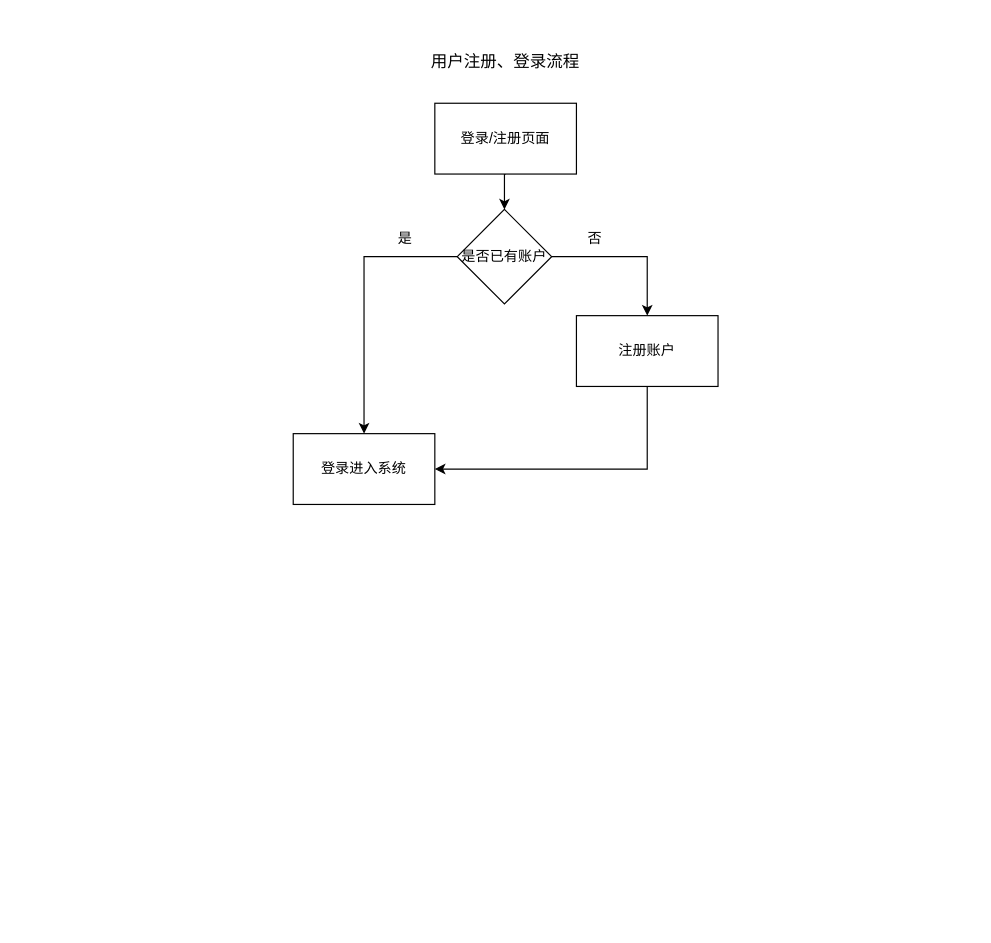
Earlier version of the draw.io diagram page "用户注册登录流程" (11 of 22) of 汽车管理系统位图.drawio (Corkedmzx/-airport-vehicle-system). Source tidied: cells renumbered, new cells numbered last; positions are measured from the earlier drawing's top-left corner, leaving out a move shared by most shapes. Both pictures are drawn from the tidied source at 118%, with x=0, y=0 at pixel (293, 44).
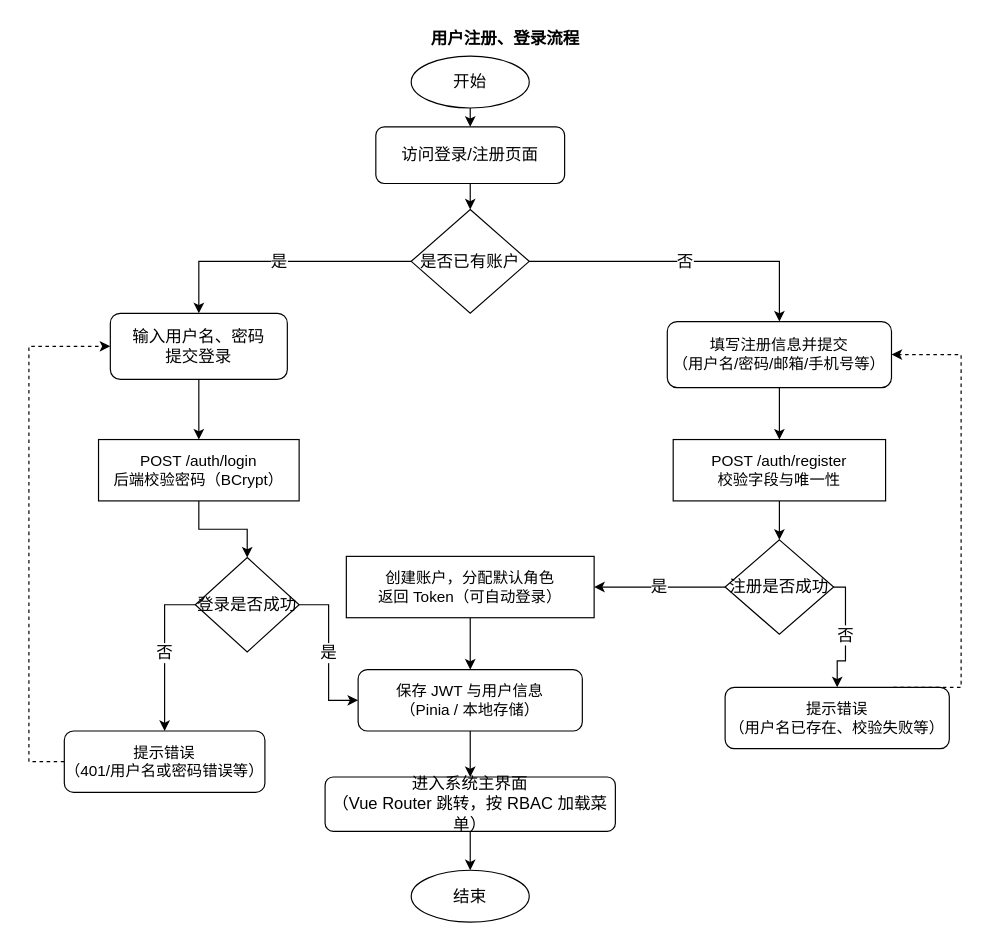
Above is the later version.

Change to the diagram source:
```diff
@@
-    <mxCell id="2" value="用户注册、登录流程" style="text;html=1;whiteSpace=wrap;strokeColor=none;fillColor=none;align=center;verticalAlign=middle;rounded=0;fontSize=14;" parent="1" vertex="1">
-      <mxGeometry x="97" width="166" height="30" as="geometry" />
+    <mxCell id="2" value="用户注册、登录流程" style="text;html=1;whiteSpace=wrap;strokeColor=none;fillColor=none;align=center;verticalAlign=middle;rounded=0;fontSize=14;fontStyle=1;" parent="1" vertex="1">
+      <mxGeometry x="80" y="-20" width="200" height="30" as="geometry" />
     </mxCell>
-    <mxCell id="3" style="edgeStyle=orthogonalEdgeStyle;rounded=0;jettySize=auto;html=1;exitX=0.5;exitY=1;exitDx=0;exitDy=0;entryX=0.5;entryY=0;entryDx=0;entryDy=0;" parent="1" edge="1" source="4" target="10">
-      <mxGeometry relative="1" as="geometry" />
-    </mxCell>
-    <mxCell id="4" value="登录/注册页面" style="rounded=0;whiteSpace=wrap;html=1;" parent="1" vertex="1">
-      <mxGeometry x="120" y="50" width="120" height="60" as="geometry" />
-    </mxCell>
-    <mxCell id="5" value="登录进入系统" style="rounded=0;whiteSpace=wrap;html=1;" parent="1" vertex="1">
-      <mxGeometry y="330" width="120" height="60" as="geometry" />
-    </mxCell>
-    <mxCell id="6" style="edgeStyle=orthogonalEdgeStyle;rounded=0;jettySize=auto;html=1;exitX=0.5;exitY=1;exitDx=0;exitDy=0;entryX=1;entryY=0.5;entryDx=0;entryDy=0;" parent="1" edge="1" source="7" target="5">
-      <mxGeometry relative="1" as="geometry" />
-    </mxCell>
-    <mxCell id="7" value="注册账户" style="rounded=0;whiteSpace=wrap;html=1;" parent="1" vertex="1">
-      <mxGeometry x="240" y="230" width="120" height="60" as="geometry" />
-    </mxCell>
-    <mxCell id="8" style="edgeStyle=orthogonalEdgeStyle;rounded=0;jettySize=auto;html=1;exitX=0;exitY=0.5;exitDx=0;exitDy=0;entryX=0.5;entryY=0;entryDx=0;entryDy=0;" parent="1" edge="1" source="10" target="5">
-      <mxGeometry relative="1" as="geometry" />
-    </mxCell>
-    <mxCell id="9" style="edgeStyle=orthogonalEdgeStyle;rounded=0;jettySize=auto;html=1;exitX=1;exitY=0.5;exitDx=0;exitDy=0;entryX=0.5;entryY=0;entryDx=0;entryDy=0;" parent="1" edge="1" source="10" target="7">
-      <mxGeometry relative="1" as="geometry" />
-    </mxCell>
+    <mxCell id="13" value="开始" style="ellipse;whiteSpace=wrap;html=1;fontSize=14;" parent="1" vertex="1">
+      <mxGeometry x="100" y="10" width="100" height="44" as="geometry" />
+    </mxCell>
+    <mxCell id="14" value="访问登录/注册页面" style="rounded=1;whiteSpace=wrap;html=1;fontSize=14;" parent="1" vertex="1">
+      <mxGeometry x="70" y="70" width="160" height="48" as="geometry" />
+    </mxCell>
+    <mxCell id="15" style="edgeStyle=orthogonalEdgeStyle;rounded=0;html=1;exitX=0.5;exitY=1;exitDx=0;exitDy=0;entryX=0.5;entryY=0;entryDx=0;entryDy=0;fontSize=14;" parent="1" edge="1" source="13" target="14">
+      <mxGeometry relative="1" as="geometry" />
+    </mxCell>
-    <mxCell id="10" value="是否已有账户" style="rhombus;whiteSpace=wrap;html=1;" parent="1" vertex="1">
-      <mxGeometry x="139" y="140" width="80" height="80" as="geometry" />
+    <mxCell id="10" value="是否已有账户" style="rhombus;whiteSpace=wrap;html=1;fontSize=14;" parent="1" vertex="1">
+      <mxGeometry x="100" y="140" width="100" height="88" as="geometry" />
     </mxCell>
-    <mxCell id="11" value="是" style="text;html=1;whiteSpace=wrap;strokeColor=none;fillColor=none;align=center;verticalAlign=middle;rounded=0;" parent="1" vertex="1">
-      <mxGeometry x="65" y="150" width="60" height="30" as="geometry" />
-    </mxCell>
-    <mxCell id="12" value="否" style="text;html=1;whiteSpace=wrap;strokeColor=none;fillColor=none;align=center;verticalAlign=middle;rounded=0;" parent="1" vertex="1">
-      <mxGeometry x="226" y="150" width="60" height="30" as="geometry" />
-    </mxCell>
+    <mxCell id="16" style="edgeStyle=orthogonalEdgeStyle;rounded=0;html=1;exitX=0.5;exitY=1;exitDx=0;exitDy=0;entryX=0.5;entryY=0;entryDx=0;entryDy=0;fontSize=14;" parent="1" edge="1" source="14" target="10">
+      <mxGeometry relative="1" as="geometry" />
+    </mxCell>
+    <mxCell id="17" value="输入用户名、密码&lt;br&gt;提交登录" style="rounded=1;whiteSpace=wrap;html=1;fontSize=14;" parent="1" vertex="1">
+      <mxGeometry x="-155" y="228" width="150" height="56" as="geometry" />
+    </mxCell>
+    <mxCell id="18" value="POST /auth/login&lt;br&gt;后端校验密码（BCrypt）" style="rounded=0;whiteSpace=wrap;html=1;fontSize=13;" parent="1" vertex="1">
+      <mxGeometry x="-165" y="335" width="170" height="52" as="geometry" />
+    </mxCell>
+    <mxCell id="19" value="登录是否成功" style="rhombus;whiteSpace=wrap;html=1;fontSize=14;" parent="1" vertex="1">
+      <mxGeometry x="-83" y="435" width="88" height="80" as="geometry" />
+    </mxCell>
+    <mxCell id="20" value="提示错误&lt;br&gt;（401/用户名或密码错误等）" style="rounded=1;whiteSpace=wrap;html=1;fontSize=13;" parent="1" vertex="1">
+      <mxGeometry x="-194" y="582" width="170" height="52" as="geometry" />
+    </mxCell>
+    <mxCell id="21" value="是" style="edgeStyle=orthogonalEdgeStyle;rounded=0;html=1;exitX=0;exitY=0.5;exitDx=0;exitDy=0;entryX=0.5;entryY=0;entryDx=0;entryDy=0;fontSize=14;" parent="1" edge="1" source="10" target="17">
+      <mxGeometry relative="1" as="geometry" />
+    </mxCell>
+    <mxCell id="22" style="edgeStyle=orthogonalEdgeStyle;rounded=0;html=1;exitX=0.5;exitY=1;exitDx=0;exitDy=0;entryX=0.5;entryY=0;entryDx=0;entryDy=0;fontSize=14;" parent="1" edge="1" source="17" target="18">
+      <mxGeometry relative="1" as="geometry" />
+    </mxCell>
+    <mxCell id="23" style="edgeStyle=orthogonalEdgeStyle;rounded=0;html=1;exitX=0.5;exitY=1;exitDx=0;exitDy=0;entryX=0.5;entryY=0;entryDx=0;entryDy=0;fontSize=14;" parent="1" edge="1" source="18" target="19">
+      <mxGeometry relative="1" as="geometry" />
+    </mxCell>
+    <mxCell id="24" value="否" style="edgeStyle=orthogonalEdgeStyle;rounded=0;html=1;exitX=0;exitY=0.5;exitDx=0;exitDy=0;entryX=0.5;entryY=0;entryDx=0;entryDy=0;fontSize=14;" parent="1" edge="1" source="19" target="20">
+      <mxGeometry relative="1" as="geometry" />
+    </mxCell>
+    <mxCell id="25" style="edgeStyle=orthogonalEdgeStyle;rounded=0;html=1;exitX=0;exitY=0.5;exitDx=0;exitDy=0;entryX=0;entryY=0.5;entryDx=0;entryDy=0;fontSize=14;dashed=1;" parent="1" edge="1" source="20" target="17">
+      <mxGeometry relative="1" as="geometry">
+        <Array as="points">
+          <mxPoint x="-224" y="608" />
+          <mxPoint x="-224" y="256" />
+        </Array>
+      </mxGeometry>
+    </mxCell>
+    <mxCell id="26" value="保存 JWT 与用户信息&lt;br&gt;（Pinia / 本地存储）" style="rounded=1;whiteSpace=wrap;html=1;fontSize=13;" parent="1" vertex="1">
+      <mxGeometry x="55" y="530" width="190" height="52" as="geometry" />
+    </mxCell>
+    <mxCell id="27" value="是" style="edgeStyle=orthogonalEdgeStyle;rounded=0;html=1;exitX=1;exitY=0.5;exitDx=0;exitDy=0;entryX=0;entryY=0.5;entryDx=0;entryDy=0;fontSize=14;" parent="1" edge="1" source="19" target="26">
+      <mxGeometry relative="1" as="geometry" />
+    </mxCell>
+    <mxCell id="28" value="填写注册信息并提交&lt;br&gt;（用户名/密码/邮箱/手机号等）" style="rounded=1;whiteSpace=wrap;html=1;fontSize=13;" parent="1" vertex="1">
+      <mxGeometry x="317" y="235" width="190" height="56" as="geometry" />
+    </mxCell>
+    <mxCell id="29" value="POST /auth/register&lt;br&gt;校验字段与唯一性" style="rounded=0;whiteSpace=wrap;html=1;fontSize=13;" parent="1" vertex="1">
+      <mxGeometry x="322" y="335" width="180" height="52" as="geometry" />
+    </mxCell>
+    <mxCell id="30" value="注册是否成功" style="rhombus;whiteSpace=wrap;html=1;fontSize=14;" parent="1" vertex="1">
+      <mxGeometry x="366" y="420" width="92" height="80" as="geometry" />
+    </mxCell>
+    <mxCell id="31" value="提示错误&lt;br&gt;（用户名已存在、校验失败等）" style="rounded=1;whiteSpace=wrap;html=1;fontSize=13;" parent="1" vertex="1">
+      <mxGeometry x="366" y="545" width="190" height="52" as="geometry" />
+    </mxCell>
+    <mxCell id="32" style="edgeStyle=orthogonalEdgeStyle;rounded=0;jettySize=auto;html=1;exitX=0.5;exitY=1;exitDx=0;exitDy=0;" parent="1" edge="1" source="33" target="26">
+      <mxGeometry relative="1" as="geometry" />
+    </mxCell>
+    <mxCell id="33" value="创建账户，分配默认角色&lt;br&gt;返回 Token（可自动登录）" style="rounded=0;whiteSpace=wrap;html=1;fontSize=13;" parent="1" vertex="1">
+      <mxGeometry x="45" y="434" width="210" height="52" as="geometry" />
+    </mxCell>
+    <mxCell id="34" value="否" style="edgeStyle=orthogonalEdgeStyle;rounded=0;html=1;exitX=1;exitY=0.5;exitDx=0;exitDy=0;entryX=0.5;entryY=0;entryDx=0;entryDy=0;fontSize=14;" parent="1" edge="1" source="10" target="28">
+      <mxGeometry relative="1" as="geometry" />
+    </mxCell>
+    <mxCell id="35" style="edgeStyle=orthogonalEdgeStyle;rounded=0;html=1;exitX=0.5;exitY=1;exitDx=0;exitDy=0;entryX=0.5;entryY=0;entryDx=0;entryDy=0;fontSize=14;" parent="1" edge="1" source="28" target="29">
+      <mxGeometry relative="1" as="geometry" />
+    </mxCell>
+    <mxCell id="36" style="edgeStyle=orthogonalEdgeStyle;rounded=0;html=1;exitX=0.5;exitY=1;exitDx=0;exitDy=0;entryX=0.5;entryY=0;entryDx=0;entryDy=0;fontSize=14;" parent="1" edge="1" source="29" target="30">
+      <mxGeometry relative="1" as="geometry" />
+    </mxCell>
+    <mxCell id="37" value="否" style="edgeStyle=orthogonalEdgeStyle;rounded=0;html=1;exitX=1;exitY=0.5;exitDx=0;exitDy=0;entryX=0.5;entryY=0;entryDx=0;entryDy=0;fontSize=14;" parent="1" edge="1" source="30" target="31">
+      <mxGeometry relative="1" as="geometry" />
+    </mxCell>
+    <mxCell id="38" style="edgeStyle=orthogonalEdgeStyle;rounded=0;html=1;entryX=1;entryY=0.5;entryDx=0;entryDy=0;fontSize=14;dashed=1;exitX=0.75;exitY=0;exitDx=0;exitDy=0;" parent="1" edge="1" source="31" target="28">
+      <mxGeometry relative="1" as="geometry">
+        <Array as="points">
+          <mxPoint x="566" y="545" />
+          <mxPoint x="566" y="263" />
+        </Array>
+      </mxGeometry>
+    </mxCell>
+    <mxCell id="39" value="是" style="edgeStyle=orthogonalEdgeStyle;rounded=0;html=1;exitX=0;exitY=0.5;exitDx=0;exitDy=0;entryX=1;entryY=0.5;entryDx=0;entryDy=0;fontSize=14;" parent="1" edge="1" source="30" target="33">
+      <mxGeometry relative="1" as="geometry" />
+    </mxCell>
+    <mxCell id="40" value="进入系统主界面&lt;br&gt;（Vue Router 跳转，按 RBAC 加载菜单）" style="rounded=1;whiteSpace=wrap;html=1;fontSize=14;" parent="1" vertex="1">
+      <mxGeometry x="27" y="621" width="246" height="46" as="geometry" />
+    </mxCell>
+    <mxCell id="41" style="edgeStyle=orthogonalEdgeStyle;rounded=0;html=1;exitX=0.5;exitY=1;exitDx=0;exitDy=0;entryX=0.5;entryY=0;entryDx=0;entryDy=0;fontSize=14;" parent="1" edge="1" source="26" target="40">
+      <mxGeometry relative="1" as="geometry" />
+    </mxCell>
+    <mxCell id="42" value="结束" style="ellipse;whiteSpace=wrap;html=1;fontSize=14;" parent="1" vertex="1">
+      <mxGeometry x="100" y="700" width="100" height="44" as="geometry" />
+    </mxCell>
+    <mxCell id="43" style="edgeStyle=orthogonalEdgeStyle;rounded=0;html=1;exitX=0.5;exitY=1;exitDx=0;exitDy=0;entryX=0.5;entryY=0;entryDx=0;entryDy=0;fontSize=14;" parent="1" edge="1" source="40" target="42">
+      <mxGeometry relative="1" as="geometry" />
+    </mxCell>
```
